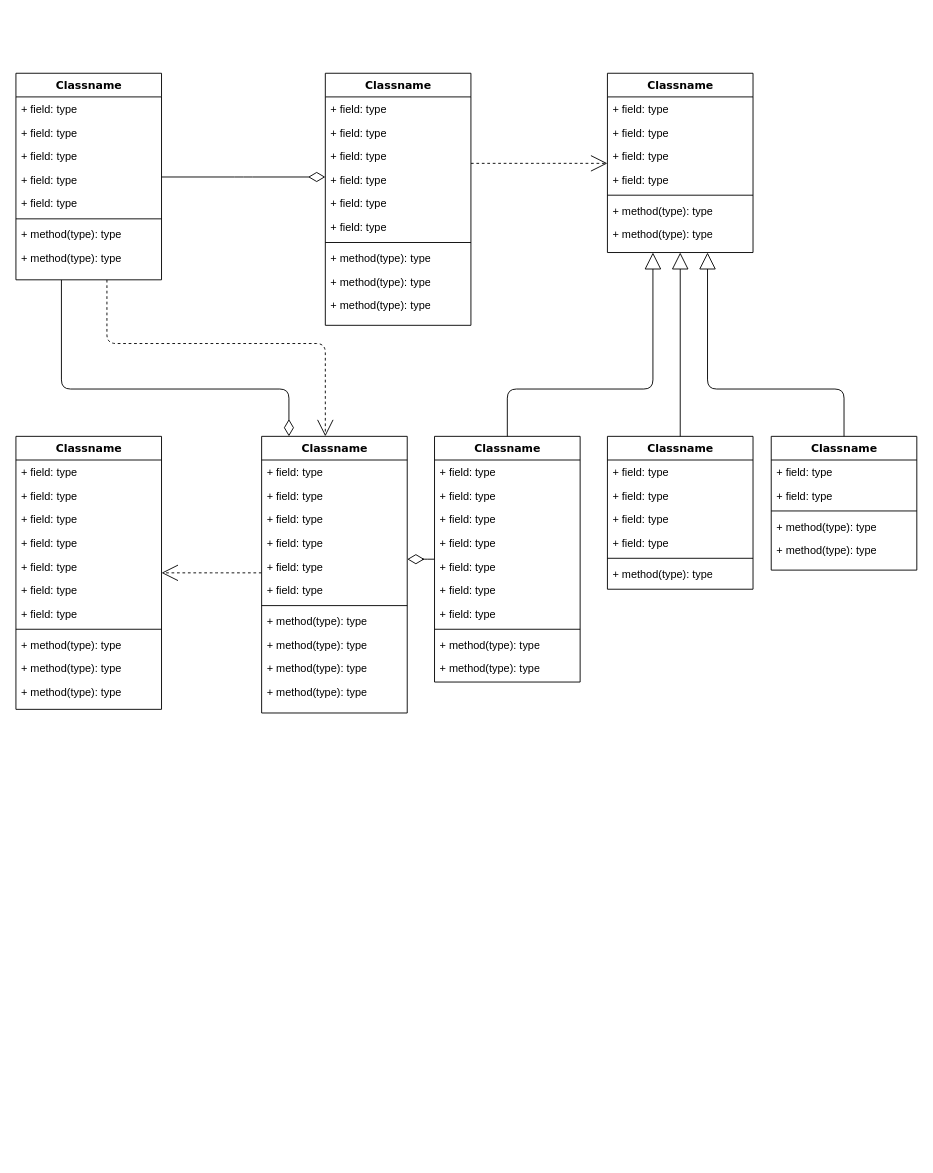
This is Diagram bez tytułu.drawio from barokimPL/drawIoProjekt, a draw.io file, before an edit. Source tidied: cells renumbered, new cells numbered last; positions are measured from the earlier drawing's top-left corner, leaving out a move shared by most shapes. Both pictures are drawn from the tidied source at 91%, with x=0, y=0 at pixel (15, 73).
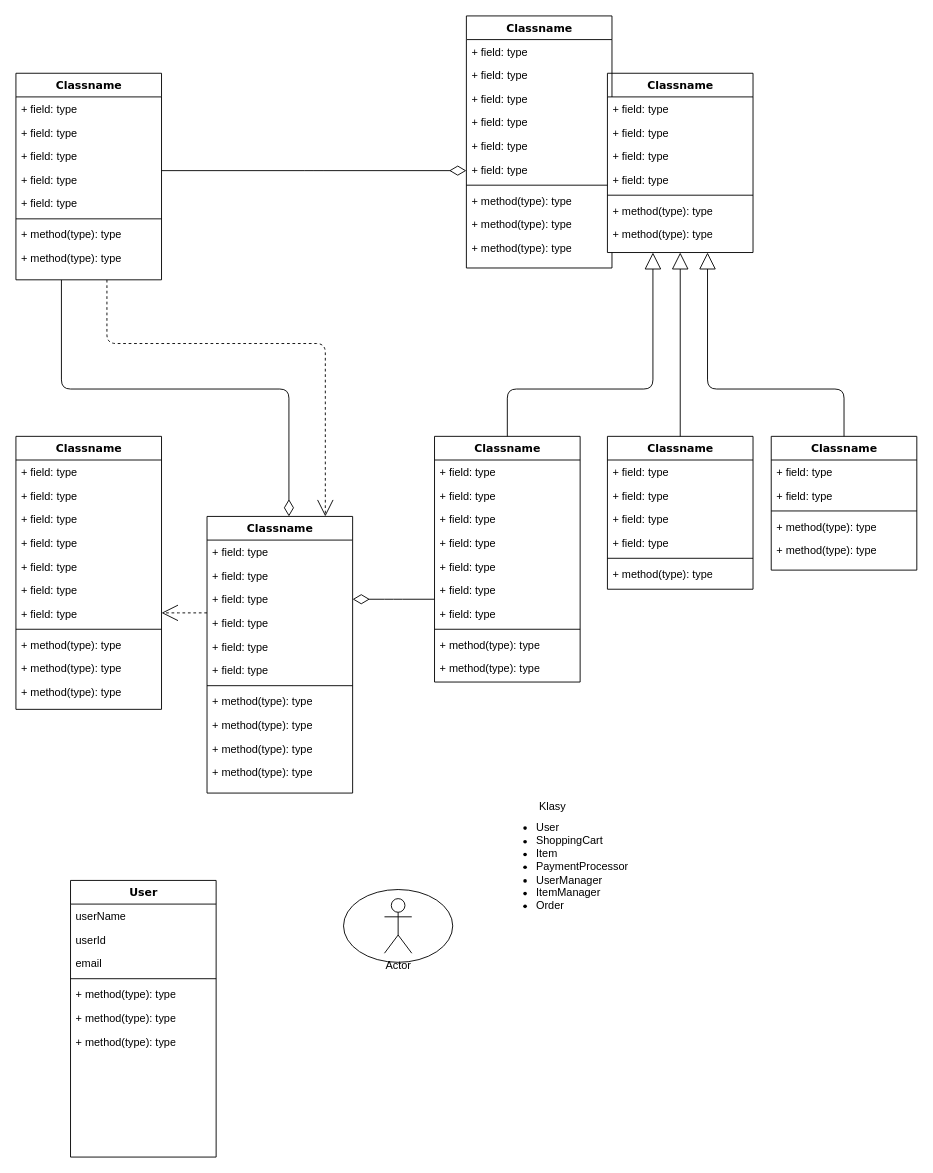
After the change.

The edit, as a diff of the source:
```diff
@@
     <mxCell id="14" value="Classname" style="swimlane;html=1;fontStyle=1;align=center;verticalAlign=top;horizontal=1;startSize=26;swimlaneFillColor=#ffffff;rounded=0;shadow=0;comic=0;labelBackgroundColor=none;strokeWidth=1;fillColor=none;fontFamily=Verdana;fontSize=12;" parent="1" vertex="1">
-      <mxGeometry x="340" width="160" height="277" as="geometry" />
+      <mxGeometry x="495" y="-63" width="160" height="277" as="geometry" />
     </mxCell>
@@
     <mxCell id="47" value="Classname" style="swimlane;html=1;fontStyle=1;align=center;verticalAlign=top;horizontal=1;startSize=26;swimlaneFillColor=#ffffff;rounded=0;shadow=0;comic=0;labelBackgroundColor=none;strokeWidth=1;fillColor=none;fontFamily=Verdana;fontSize=12;" parent="1" vertex="1">
-      <mxGeometry x="270" y="399" width="160" height="304" as="geometry" />
+      <mxGeometry x="210" y="487" width="160" height="304" as="geometry" />
     </mxCell>
@@
+    <mxCell id="87" value="User" style="swimlane;html=1;fontStyle=1;align=center;verticalAlign=top;horizontal=1;startSize=26;swimlaneFillColor=#ffffff;rounded=0;shadow=0;comic=0;labelBackgroundColor=none;strokeWidth=1;fillColor=none;fontFamily=Verdana;fontSize=12;" parent="1" vertex="1">
+      <mxGeometry x="60" y="887" width="160" height="304" as="geometry" />
+    </mxCell>
+    <mxCell id="88" value="&lt;div&gt;userName&lt;/div&gt;" style="text;html=1;strokeColor=none;fillColor=none;align=left;verticalAlign=top;spacingLeft=4;spacingRight=4;whiteSpace=wrap;overflow=hidden;" parent="87" vertex="1">
+      <mxGeometry y="26" width="160" height="26" as="geometry" />
+    </mxCell>
+    <mxCell id="89" value="userId" style="text;html=1;strokeColor=none;fillColor=none;align=left;verticalAlign=top;spacingLeft=4;spacingRight=4;whiteSpace=wrap;overflow=hidden;" parent="87" vertex="1">
+      <mxGeometry y="52" width="160" height="26" as="geometry" />
+    </mxCell>
+    <mxCell id="90" value="&lt;div&gt;email&lt;/div&gt;" style="text;html=1;strokeColor=none;fillColor=none;align=left;verticalAlign=top;spacingLeft=4;spacingRight=4;whiteSpace=wrap;overflow=hidden;" parent="87" vertex="1">
+      <mxGeometry y="78" width="160" height="26" as="geometry" />
+    </mxCell>
+    <mxCell id="91" style="line;html=1;strokeWidth=1;fillColor=none;align=left;verticalAlign=middle;spacingTop=-1;spacingLeft=3;spacingRight=3;labelPosition=right;" parent="87" vertex="1">
+      <mxGeometry y="104" width="160" height="8" as="geometry" />
+    </mxCell>
+    <mxCell id="92" value="+ method(type): type" style="text;html=1;strokeColor=none;fillColor=none;align=left;verticalAlign=top;spacingLeft=4;spacingRight=4;whiteSpace=wrap;overflow=hidden;" parent="87" vertex="1">
+      <mxGeometry y="112" width="160" height="26" as="geometry" />
+    </mxCell>
+    <mxCell id="93" value="+ method(type): type" style="text;html=1;strokeColor=none;fillColor=none;align=left;verticalAlign=top;spacingLeft=4;spacingRight=4;whiteSpace=wrap;overflow=hidden;" parent="87" vertex="1">
+      <mxGeometry y="138" width="160" height="26" as="geometry" />
+    </mxCell>
+    <mxCell id="94" value="+ method(type): type" style="text;html=1;strokeColor=none;fillColor=none;align=left;verticalAlign=top;spacingLeft=4;spacingRight=4;whiteSpace=wrap;overflow=hidden;" parent="87" vertex="1">
+      <mxGeometry y="164" width="160" height="26" as="geometry" />
+    </mxCell>
+    <mxCell id="95" style="ellipse;whiteSpace=wrap;html=1;" parent="1" vertex="1">
+      <mxGeometry x="360" y="897" width="120" height="80" as="geometry" />
+    </mxCell>
+    <mxCell id="96" value="Actor" style="shape=umlActor;verticalLabelPosition=bottom;verticalAlign=top;html=1;" parent="1" vertex="1">
+      <mxGeometry x="405" y="907" width="30" height="60" as="geometry" />
+    </mxCell>
+    <mxCell id="97" value="&lt;ul&gt;&lt;li&gt;User&lt;/li&gt;&lt;li&gt;ShoppingCart&lt;/li&gt;&lt;li&gt;Item&lt;/li&gt;&lt;li&gt;PaymentProcessor&lt;/li&gt;&lt;li&gt;UserManager&lt;/li&gt;&lt;li&gt;ItemManager&lt;/li&gt;&lt;li&gt;Order&lt;br&gt;&lt;/li&gt;&lt;/ul&gt;" style="text;strokeColor=none;fillColor=none;html=1;whiteSpace=wrap;verticalAlign=middle;overflow=hidden;" parent="1" vertex="1">
+      <mxGeometry x="530" y="807" width="180" height="130" as="geometry" />
+    </mxCell>
+    <mxCell id="98" value="Klasy" style="text;html=1;strokeColor=none;fillColor=none;align=center;verticalAlign=middle;whiteSpace=wrap;rounded=0;" parent="1" vertex="1">
+      <mxGeometry x="560" y="791" width="60" height="30" as="geometry" />
+    </mxCell>
```
